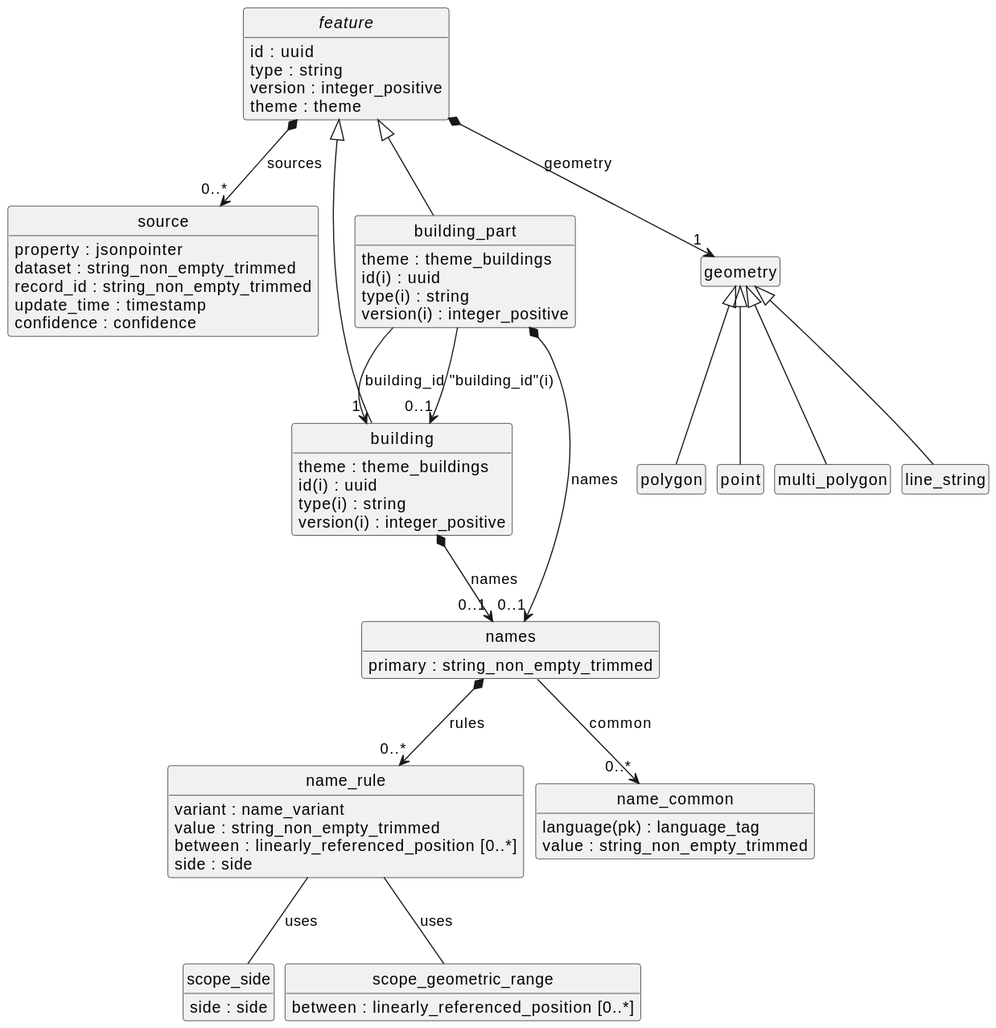
This is plantuml.svg from vcschapp/overture-schema-linkml, a PlantUML export, as it was before one commit.
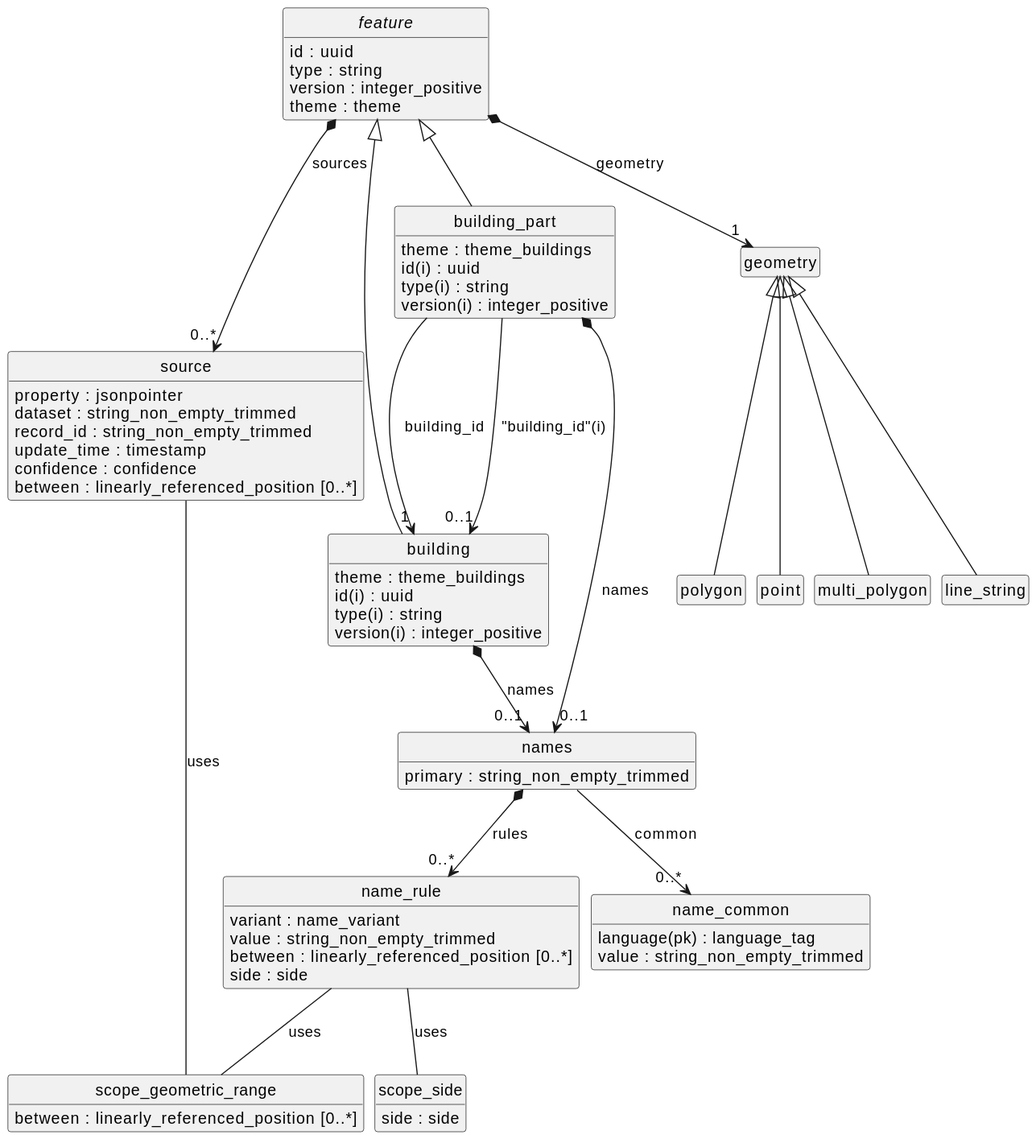
The same diagram one commit later.

Commit message:
Support linear referencing in sources

This ports over Brad's recent PR #346.

https://github.com/OvertureMaps/schema/pull/346

Diff of the diagram source:
```diff
@@ -14,8 +14,13 @@
     {field} record_id : string_non_empty_trimmed
     {field} update_time : timestamp
     {field} confidence : confidence
+    {field} between : linearly_referenced_position  [0..*]
+}
+class "scope_geometric_range" [[{Establishes a scope that applies only between two positions along a linear path. Enables range-based linear referencing.}]] {
+    {field} between : linearly_referenced_position  [0..*]
 }
 "feature" *--> "0..*" "source" : "sources"
+"source" -- "scope_geometric_range"  : uses
 class "name_rule" [[{None}]] {
     {field} variant : name_variant
     {field} value : string_non_empty_trimmed
@@ -26,9 +31,6 @@
     {field} side : side
 }
 "name_rule" -- "scope_side"  : uses
-class "scope_geometric_range" [[{Establishes a scope that applies only between two positions along a linear path. Enables range-based linear referencing.}]] {
-    {field} between : linearly_referenced_position  [0..*]
-}
 "name_rule" -- "scope_geometric_range"  : uses
 class "names" [[{None}]] {
     {field} primary : string_non_empty_trimmed
```
